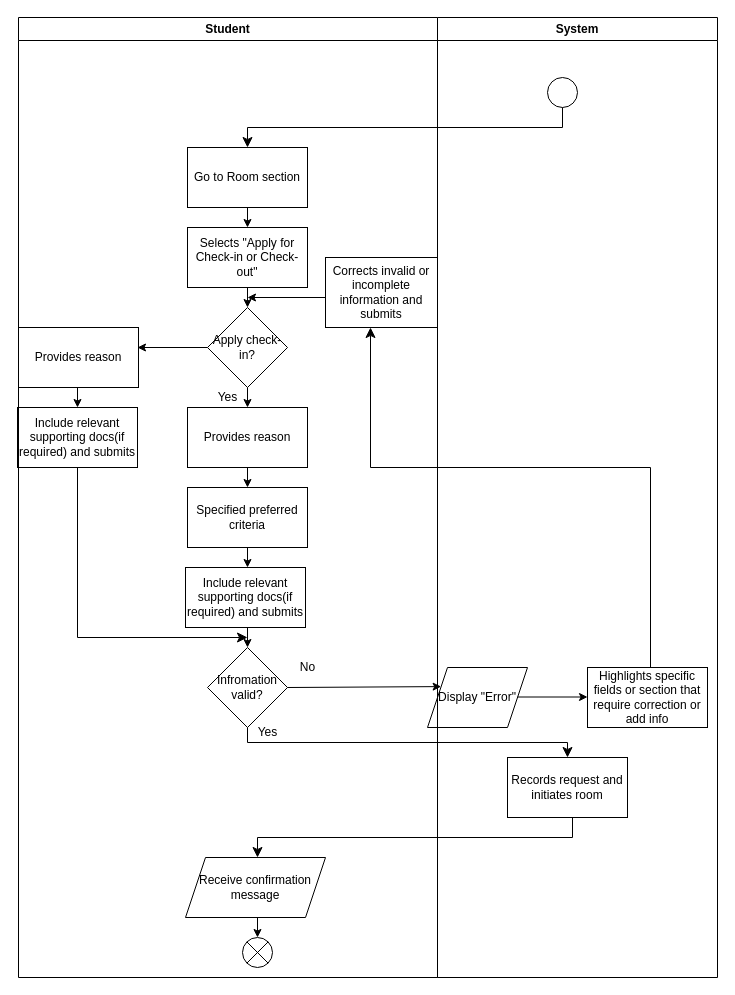
Earlier version of the draw.io diagram project/drawio/stakeholder/activity diagram/uc13.drawio (drshahizan/software-engineering). Source tidied: cells renumbered, new cells numbered last; positions are measured from the earlier drawing's top-left corner, leaving out a move shared by most shapes. Both pictures are drawn from the tidied source at 100%, with x=0, y=0 at pixel (17, 17).
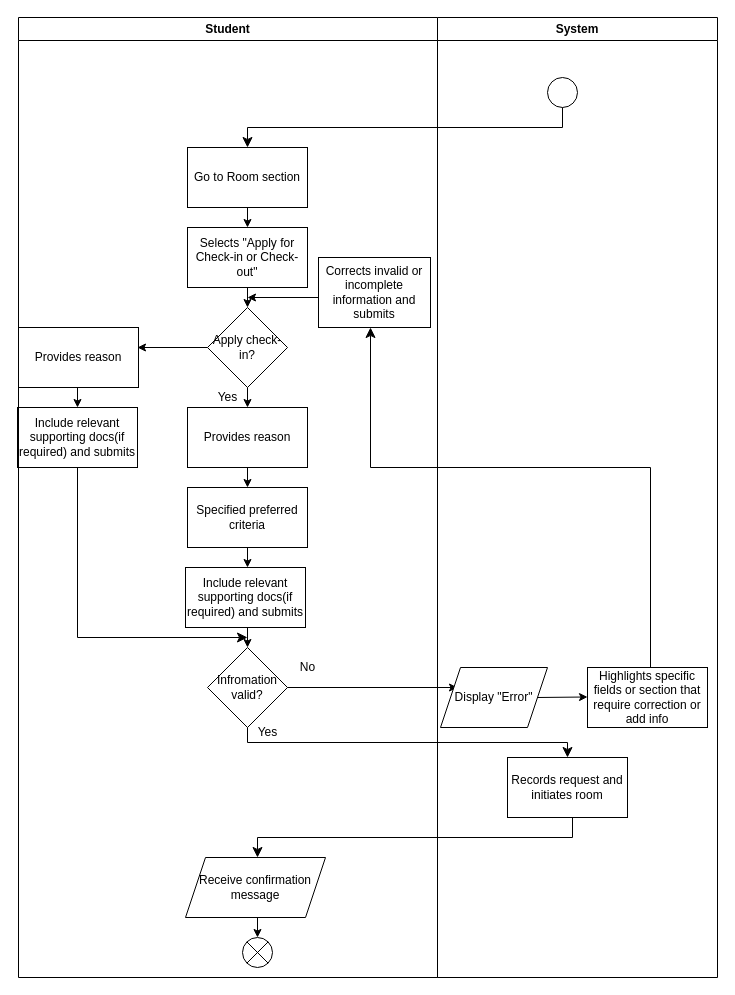
The same page after the edit.

The edit, as a diff of the source:
```diff
@@
-    <mxCell id="28" style="endArrow=classic;html=1;entryX=0;entryY=0.25;entryDx=0;entryDy=0;" parent="1" edge="1" target="30">
+    <mxCell id="28" style="endArrow=classic;html=1;" parent="1" edge="1">
       <mxGeometry relative="1" as="geometry">
         <mxPoint x="270" y="670" as="sourcePoint" />
+        <mxPoint x="440" y="670" as="targetPoint" />
       </mxGeometry>
     </mxCell>
@@
     <mxCell id="30" value="Display &quot;Error&quot;" style="shape=parallelogram;perimeter=parallelogramPerimeter;whiteSpace=wrap;html=1;fixedSize=1;" parent="1" vertex="1">
-      <mxGeometry x="410" y="650" width="100" height="60" as="geometry" />
+      <mxGeometry x="423" y="650" width="107" height="60" as="geometry" />
     </mxCell>
     <mxCell id="31" style="endArrow=classic;html=1;" parent="1" edge="1">
       <mxGeometry relative="1" as="geometry">
-        <mxPoint x="500" y="679.5" as="sourcePoint" />
+        <mxPoint x="520" y="680" as="sourcePoint" />
         <mxPoint x="570" y="679.5" as="targetPoint" />
       </mxGeometry>
     </mxCell>
@@
     <mxCell id="37" value="Corrects invalid or incomplete information and submits" style="rounded=0;whiteSpace=wrap;html=1;" parent="1" vertex="1">
-      <mxGeometry x="308" y="240" width="112" height="70" as="geometry" />
+      <mxGeometry x="301" y="240" width="112" height="70" as="geometry" />
     </mxCell>
```
